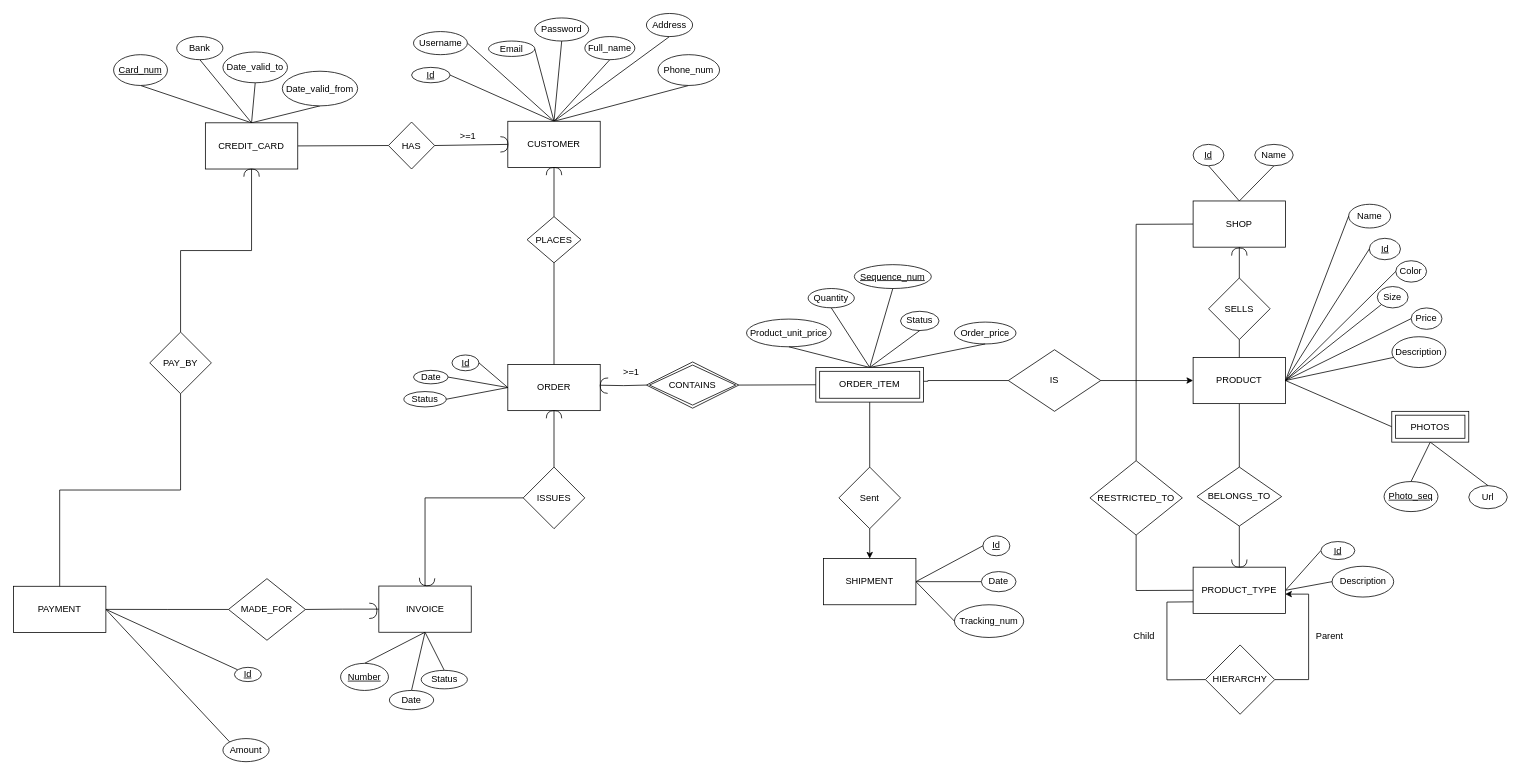
Before: ERD_1.4.drawio in Anthony-Zou/CZ2007-INTRO-TO-DATABASE, a draw.io diagram. Source tidied: cells renumbered, new cells numbered last; positions are measured from the earlier drawing's top-left corner, leaving out a move shared by most shapes. Both pictures are drawn from the tidied source at 77%, with x=0, y=0 at pixel (13, 13).
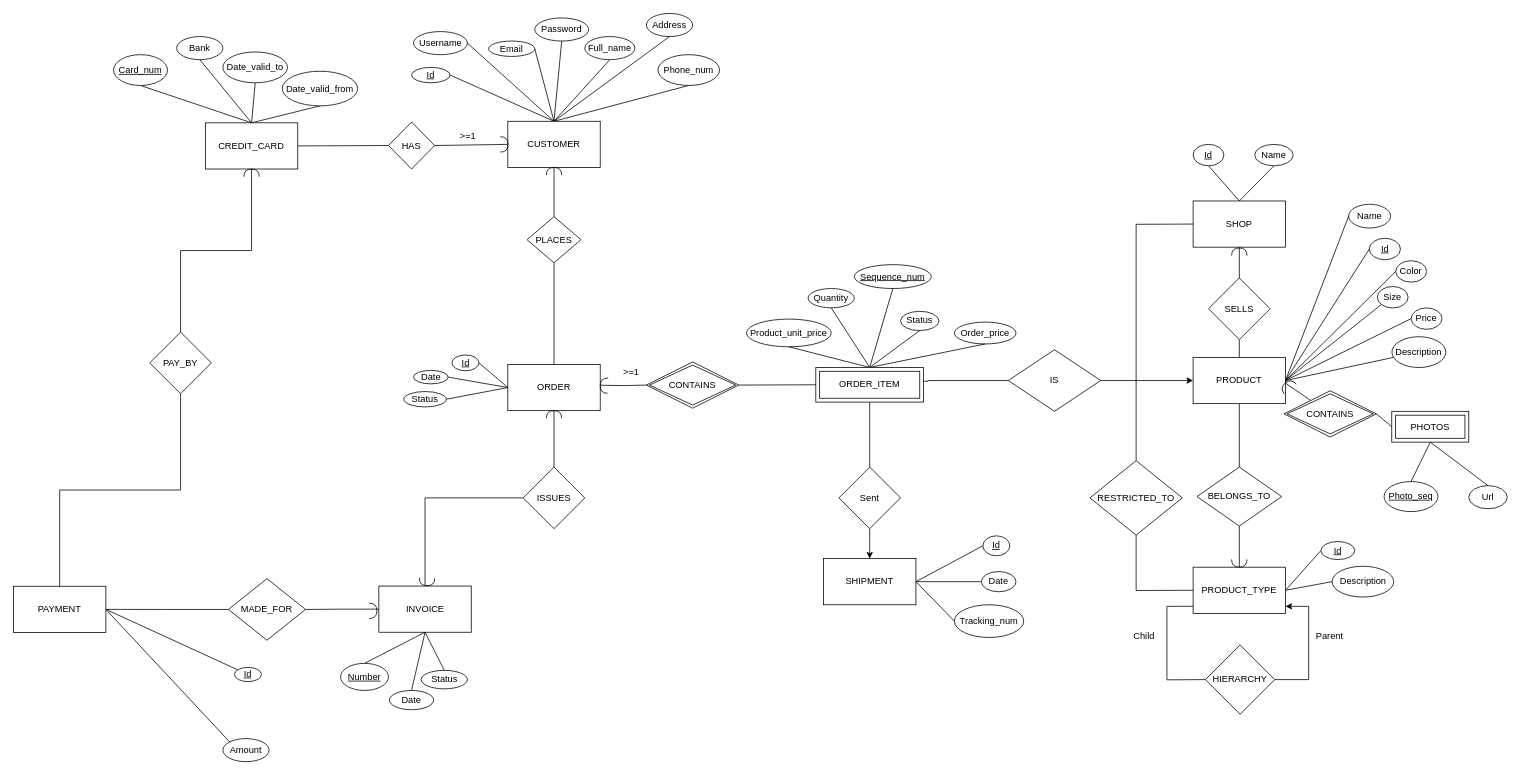
After the change.

The change refers to these unchanged cells:
```xml
<mxCell id="19" value="PRODUCT" style="rounded=0;whiteSpace=wrap;html=1;" parent="1" vertex="1">
  <mxGeometry x="1532" y="446.7" width="120" height="60" as="geometry" />
</mxCell>
<mxCell id="30" value="PRODUCT_TYPE" style="rounded=0;whiteSpace=wrap;html=1;" parent="1" vertex="1">
  <mxGeometry x="1532" y="719.1" width="120" height="60" as="geometry" />
</mxCell>
<mxCell id="33" value="&lt;font&gt;HIERARCHY&lt;/font&gt;" style="rhombus;whiteSpace=wrap;html=1;" parent="1" vertex="1">
  <mxGeometry x="1548" y="820.1" width="90" height="90" as="geometry" />
</mxCell>
<mxCell id="156" value="PHOTOS" style="shape=ext;margin=3;double=1;whiteSpace=wrap;html=1;align=center;" parent="1" vertex="1">
  <mxGeometry x="1790" y="516.7" width="100" height="40" as="geometry" />
</mxCell>
```

Change to the diagram source:
```diff
@@
-    <mxCell id="18" style="edgeStyle=none;jettySize=auto;html=1;exitX=1;exitY=0.5;exitDx=0;exitDy=0;entryX=0;entryY=0.5;entryDx=0;entryDy=0;endArrow=none;" parent="1" edge="1" source="19" target="156">
-      <mxGeometry relative="1" as="geometry" />
-    </mxCell>
+    <mxCell id="159" style="edgeStyle=none;jettySize=auto;html=1;exitX=1;exitY=0.5;exitDx=0;exitDy=0;endArrow=none;strokeColor=#000000;startArrow=none;" parent="1" edge="1" source="162" target="161">
+      <mxGeometry relative="1" as="geometry" />
+    </mxCell>
@@
-    <mxCell id="31" style="edgeStyle=none;rounded=0;jettySize=auto;html=1;exitX=0;exitY=0.5;exitDx=0;exitDy=0;entryX=0;entryY=0.75;entryDx=0;entryDy=0;endArrow=none;" parent="1" edge="1" source="33" target="30">
+    <mxCell id="31" style="edgeStyle=none;rounded=0;jettySize=auto;html=1;exitX=0;exitY=0.5;exitDx=0;exitDy=0;entryX=0.001;entryY=0.847;entryDx=0;entryDy=0;endArrow=none;entryPerimeter=0;" parent="1" edge="1" source="33" target="30">
       <mxGeometry relative="1" as="geometry">
         <Array as="points">
           <mxPoint x="1498" y="865.4" />
-          <mxPoint x="1498" y="764.4" />
+          <mxPoint x="1498" y="770" />
         </Array>
       </mxGeometry>
     </mxCell>
-    <mxCell id="32" style="edgeStyle=orthogonalEdgeStyle;rounded=0;jettySize=auto;html=1;exitX=1;exitY=0.5;exitDx=0;exitDy=0;entryX=0.997;entryY=0.583;entryDx=0;entryDy=0;entryPerimeter=0;" parent="1" edge="1" source="33" target="30">
+    <mxCell id="32" style="edgeStyle=orthogonalEdgeStyle;rounded=0;jettySize=auto;html=1;exitX=1;exitY=0.5;exitDx=0;exitDy=0;" parent="1" edge="1" source="33">
       <mxGeometry relative="1" as="geometry">
+        <mxPoint x="1652" y="770" as="targetPoint" />
         <Array as="points">
-          <mxPoint x="1682" y="864.8" />
-          <mxPoint x="1682" y="753.8" />
+          <mxPoint x="1682" y="865" />
+          <mxPoint x="1682" y="770" />
+          <mxPoint x="1652" y="770" />
         </Array>
       </mxGeometry>
     </mxCell>
@@
+    <mxCell id="160" style="edgeStyle=none;jettySize=auto;html=1;exitX=1;exitY=0.5;exitDx=0;exitDy=0;entryX=0;entryY=0.5;entryDx=0;entryDy=0;endArrow=none;strokeColor=#000000;" parent="1" edge="1" source="161" target="156">
+      <mxGeometry relative="1" as="geometry" />
+    </mxCell>
+    <mxCell id="161" value="CONTAINS" style="shape=rhombus;double=1;perimeter=rhombusPerimeter;whiteSpace=wrap;html=1;align=center;" parent="1" vertex="1">
+      <mxGeometry x="1650" y="490" width="120" height="60" as="geometry" />
+    </mxCell>
+    <mxCell id="162" style="shape=requiredInterface;html=1;verticalLabelPosition=bottom;rotation=-130;" parent="1" vertex="1">
+      <mxGeometry x="1650" y="473.8" width="10" height="20" as="geometry" />
+    </mxCell>
+    <mxCell id="163" style="edgeStyle=none;jettySize=auto;html=1;exitX=1;exitY=0.5;exitDx=0;exitDy=0;endArrow=none;strokeColor=#000000;" parent="1" edge="1" source="19" target="162">
+      <mxGeometry relative="1" as="geometry" />
+    </mxCell>
```
